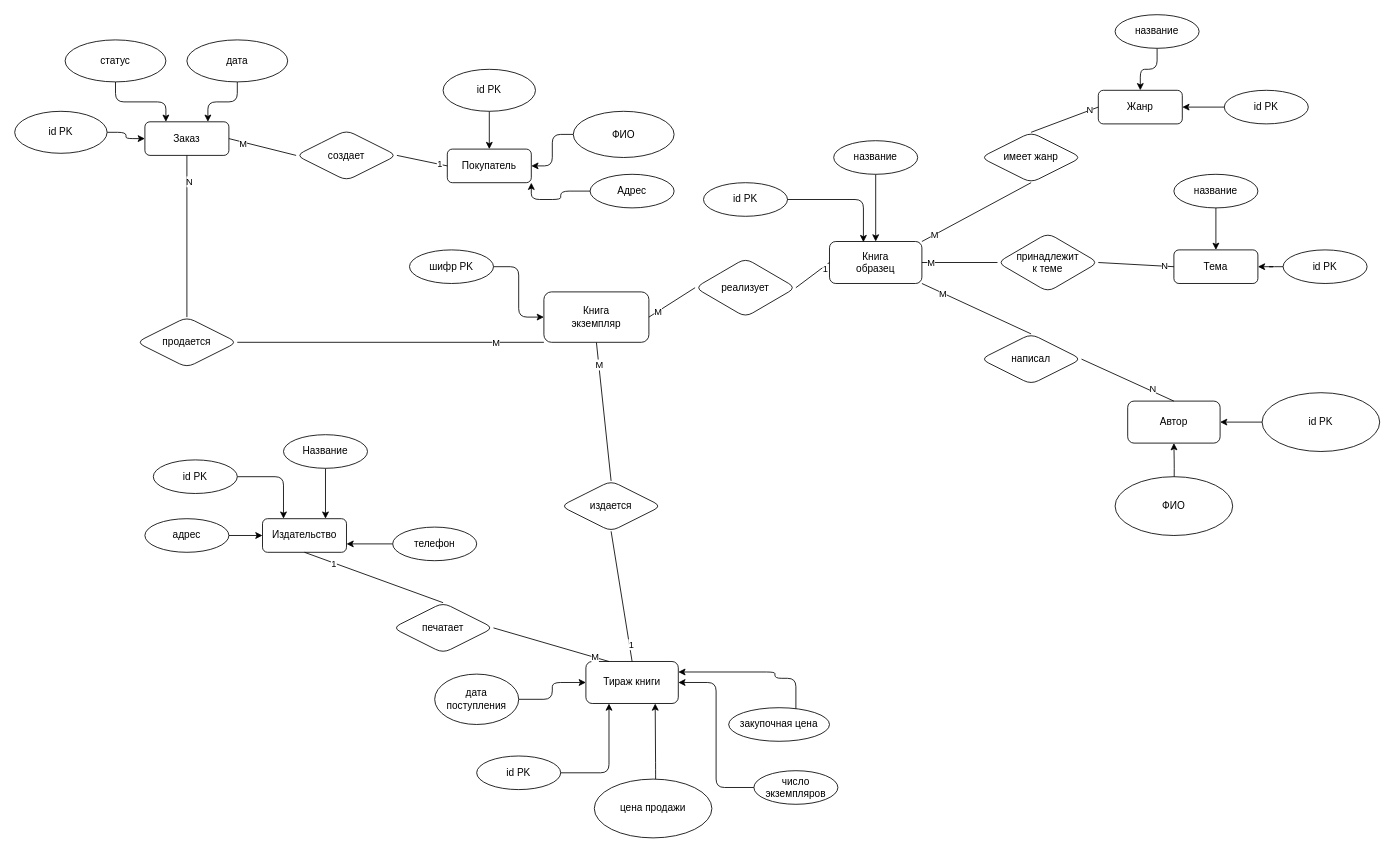
202rna/sql_labs2025 keeps this draw.io diagram as sources/er_diagram.drawio. Above is the earlier version. Source tidied: cells renumbered, new cells numbered last; positions are measured from the earlier drawing's top-left corner, leaving out a move shared by most shapes. Both pictures are drawn from the tidied source at 84%, with x=0, y=0 at pixel (14, 14).
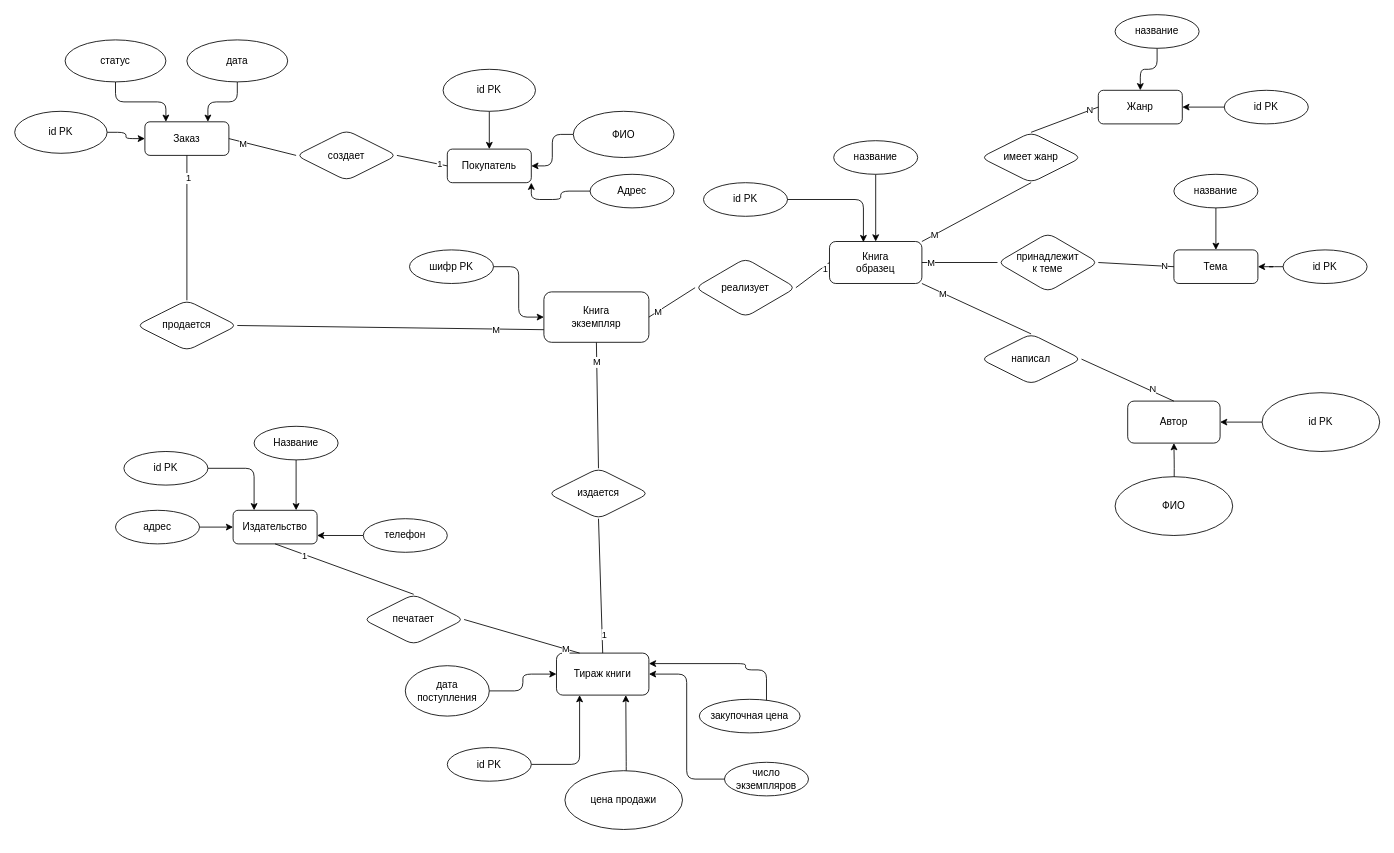
After the change.

The change refers to these unchanged cells:
```xml
<mxCell id="71" style="endArrow=none;html=1;rounded=1;exitX=0.5;exitY=0;exitDx=0;exitDy=0;entryX=0.5;entryY=1;entryDx=0;entryDy=0;" parent="1" edge="1" source="68" target="67">
  <mxGeometry relative="1" as="geometry" />
</mxCell>
<mxCell id="87" value="Книга&lt;div&gt;экземпляр&lt;/div&gt;" style="html=1;whiteSpace=wrap;rounded=1;" parent="1" vertex="1">
  <mxGeometry x="630" y="330" width="125" height="60" as="geometry" />
</mxCell>
```

Change to the diagram source:
```diff
@@
     <mxCell id="7" value="Тираж книги" style="html=1;whiteSpace=wrap;rounded=1;" parent="1" vertex="1">
-      <mxGeometry x="680" y="770" width="110" height="50" as="geometry" />
+      <mxGeometry x="645" y="760" width="110" height="50" as="geometry" />
     </mxCell>
@@
     <mxCell id="9" value="дата поступления" style="ellipse;whiteSpace=wrap;html=1;rounded=1;" parent="1" vertex="1">
-      <mxGeometry x="500" y="785" width="100" height="60" as="geometry" />
+      <mxGeometry x="465" y="775" width="100" height="60" as="geometry" />
     </mxCell>
     <mxCell id="10" style="edgeStyle=orthogonalEdgeStyle;rounded=1;jettySize=auto;html=1;entryX=1;entryY=0.25;entryDx=0;entryDy=0;exitX=0;exitY=0.5;exitDx=0;exitDy=0;" parent="1" edge="1" source="11" target="7">
       <mxGeometry relative="1" as="geometry">
         <Array as="points">
-          <mxPoint x="930" y="790" />
-          <mxPoint x="905" y="790" />
-          <mxPoint x="905" y="783" />
+          <mxPoint x="895" y="780" />
+          <mxPoint x="870" y="780" />
+          <mxPoint x="870" y="773" />
         </Array>
       </mxGeometry>
     </mxCell>
     <mxCell id="11" value="закупочная цена" style="ellipse;whiteSpace=wrap;html=1;rounded=1;" parent="1" vertex="1">
-      <mxGeometry x="850" y="825" width="120" height="40" as="geometry" />
+      <mxGeometry x="815" y="815" width="120" height="40" as="geometry" />
     </mxCell>
@@
     <mxCell id="13" value="число экземпляров" style="ellipse;whiteSpace=wrap;html=1;rounded=1;" parent="1" vertex="1">
-      <mxGeometry x="880" y="900" width="100" height="40" as="geometry" />
+      <mxGeometry x="845" y="890" width="100" height="40" as="geometry" />
     </mxCell>
     <mxCell id="14" value="издается" style="shape=rhombus;perimeter=rhombusPerimeter;whiteSpace=wrap;html=1;align=center;rounded=1;" parent="1" vertex="1">
-      <mxGeometry x="650" y="555" width="120" height="60" as="geometry" />
+      <mxGeometry x="635" y="540" width="120" height="60" as="geometry" />
     </mxCell>
@@
     <mxCell id="30" value="id PK" style="ellipse;whiteSpace=wrap;html=1;align=center;rounded=1;" parent="1" vertex="1">
-      <mxGeometry x="550" y="882.5" width="100" height="40" as="geometry" />
+      <mxGeometry x="515" y="872.5" width="100" height="40" as="geometry" />
     </mxCell>
@@
     <mxCell id="41" value="Издательство" style="whiteSpace=wrap;html=1;align=center;rounded=1;" parent="1" vertex="1">
-      <mxGeometry x="295" y="600" width="100" height="40" as="geometry" />
+      <mxGeometry x="260" y="590" width="100" height="40" as="geometry" />
     </mxCell>
@@
     <mxCell id="43" value="id PK" style="ellipse;whiteSpace=wrap;html=1;align=center;rounded=1;" parent="1" vertex="1">
-      <mxGeometry x="165" y="530" width="100" height="40" as="geometry" />
+      <mxGeometry x="130" y="520" width="100" height="40" as="geometry" />
     </mxCell>
@@
     <mxCell id="45" value="Название" style="ellipse;whiteSpace=wrap;html=1;align=center;rounded=1;" parent="1" vertex="1">
-      <mxGeometry x="320" y="500" width="100" height="40" as="geometry" />
+      <mxGeometry x="285" y="490" width="100" height="40" as="geometry" />
     </mxCell>
@@
     <mxCell id="47" value="адрес" style="ellipse;whiteSpace=wrap;html=1;align=center;rounded=1;" parent="1" vertex="1">
-      <mxGeometry x="155" y="600" width="100" height="40" as="geometry" />
+      <mxGeometry x="120" y="590" width="100" height="40" as="geometry" />
     </mxCell>
     <mxCell id="48" value="печатает" style="shape=rhombus;perimeter=rhombusPerimeter;whiteSpace=wrap;html=1;align=center;rounded=1;" parent="1" vertex="1">
-      <mxGeometry x="450" y="700" width="120" height="60" as="geometry" />
+      <mxGeometry x="415" y="690" width="120" height="60" as="geometry" />
     </mxCell>
@@
     <mxCell id="53" style="edgeStyle=orthogonalEdgeStyle;rounded=1;jettySize=auto;html=1;entryX=1;entryY=0.75;entryDx=0;entryDy=0;" parent="1" edge="1" source="54" target="41">
       <mxGeometry relative="1" as="geometry">
         <Array as="points">
-          <mxPoint x="485" y="630" />
+          <mxPoint x="450" y="620" />
         </Array>
       </mxGeometry>
     </mxCell>
     <mxCell id="54" value="телефон" style="ellipse;whiteSpace=wrap;html=1;align=center;rounded=1;" parent="1" vertex="1">
-      <mxGeometry x="450" y="610" width="100" height="40" as="geometry" />
+      <mxGeometry x="415" y="600" width="100" height="40" as="geometry" />
     </mxCell>
     <mxCell id="55" style="edgeStyle=orthogonalEdgeStyle;rounded=1;jettySize=auto;html=1;entryX=0.75;entryY=1;entryDx=0;entryDy=0;" parent="1" edge="1" source="56" target="7">
       <mxGeometry relative="1" as="geometry">
         <Array as="points">
-          <mxPoint x="763" y="900" />
-          <mxPoint x="763" y="900" />
+          <mxPoint x="728" y="890" />
+          <mxPoint x="728" y="890" />
         </Array>
       </mxGeometry>
     </mxCell>
     <mxCell id="56" value="цена продажи" style="ellipse;whiteSpace=wrap;html=1;rounded=1;" parent="1" vertex="1">
-      <mxGeometry x="690" y="910" width="140" height="70" as="geometry" />
+      <mxGeometry x="655" y="900" width="140" height="70" as="geometry" />
     </mxCell>
@@
     <mxCell id="68" value="продается" style="shape=rhombus;perimeter=rhombusPerimeter;whiteSpace=wrap;html=1;align=center;rounded=1;" parent="1" vertex="1">
-      <mxGeometry x="145" y="360" width="120" height="60" as="geometry" />
+      <mxGeometry x="145" y="340" width="120" height="60" as="geometry" />
     </mxCell>
-    <mxCell id="69" style="endArrow=none;html=1;rounded=1;exitX=0;exitY=1;exitDx=0;exitDy=0;entryX=1;entryY=0.5;entryDx=0;entryDy=0;" parent="1" edge="1" source="87" target="68">
+    <mxCell id="69" style="endArrow=none;html=1;rounded=1;exitX=0;exitY=0.75;exitDx=0;exitDy=0;entryX=1;entryY=0.5;entryDx=0;entryDy=0;" parent="1" edge="1" source="87" target="68">
       <mxGeometry relative="1" as="geometry" />
     </mxCell>
@@
-    <mxCell id="72" value="N" style="edgeLabel;html=1;align=center;verticalAlign=middle;rounded=1;" parent="71" vertex="1">
-      <mxGeometry x="0.67" y="-2" relative="1" as="geometry">
-        <mxPoint y="-1" as="offset" />
-      </mxGeometry>
-    </mxCell>
+    <mxCell id="99" value="1" style="edgeLabel;html=1;align=center;verticalAlign=middle;" parent="71" vertex="1">
+      <mxGeometry x="0.69" y="-1" relative="1" as="geometry" />
+    </mxCell>
```
